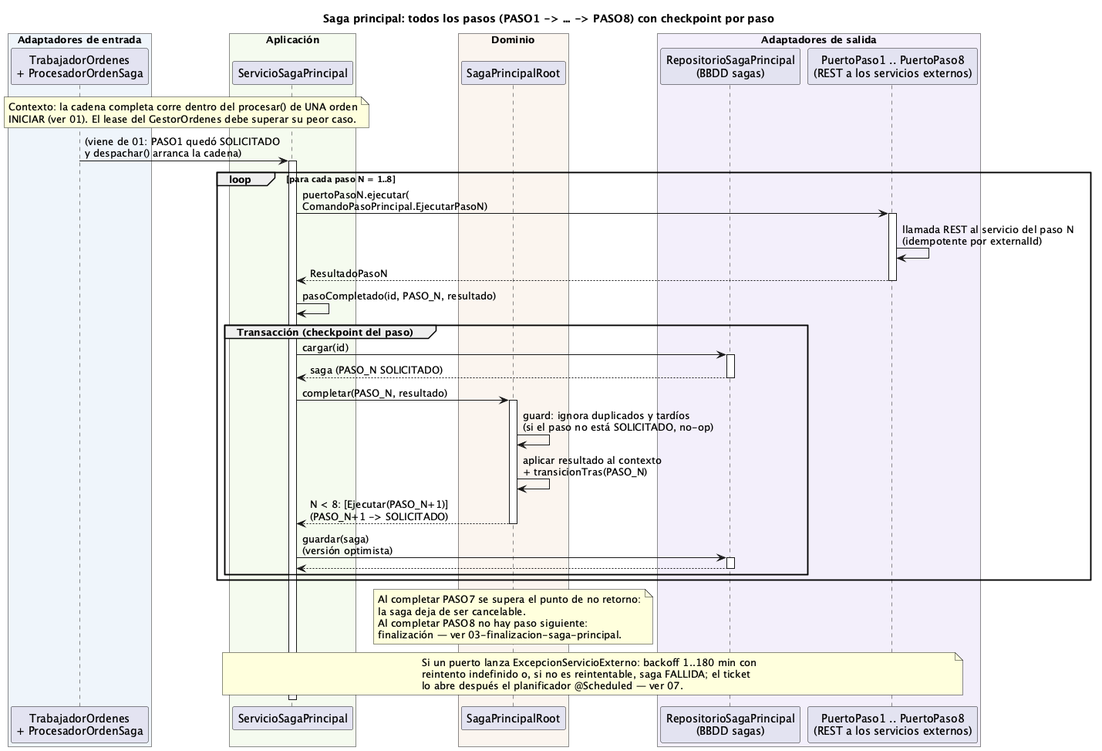
ralcazar/patrones keeps this PlantUML diagram as order-manager/docs/02-pasos-saga-principal.png. Above is the earlier version.
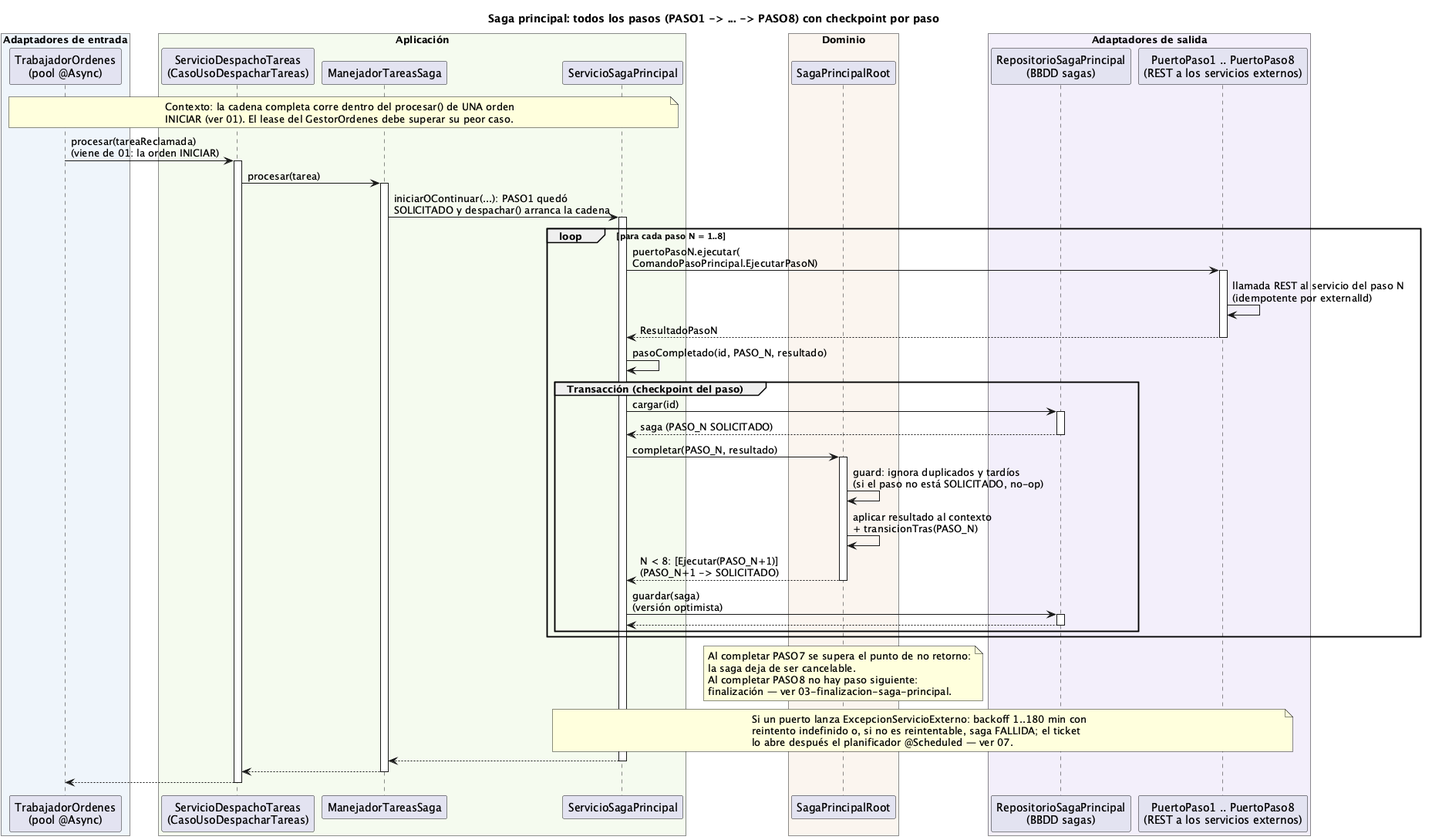
Above is the later version.

What changed in the source:
```diff
@@ -2,9 +2,11 @@
 title Saga principal: todos los pasos (PASO1 -> ... -> PASO8) con checkpoint por paso
 
 box "Adaptadores de entrada" #EFF5FB
-  participant "TrabajadorOrdenes\n+ ProcesadorOrdenSaga" as TRAB
+  participant "TrabajadorOrdenes\n(pool @Async)" as TRAB
 end box
 box "Aplicación" #F5FBEF
+  participant "ServicioDespachoTareas\n(CasoUsoDespacharTareas)" as DESP
+  participant "ManejadorTareasSaga" as MANEJ
   participant "ServicioSagaPrincipal" as SVC
 end box
 box "Dominio" #FBF5EF
@@ -20,7 +22,9 @@
   INICIAR (ver 01). El lease del GestorOrdenes debe superar su peor caso.
 end note
 
-TRAB -> SVC ++ : (viene de 01: PASO1 quedó SOLICITADO\ny despachar() arranca la cadena)
+TRAB -> DESP ++ : procesar(tareaReclamada)\n(viene de 01: la orden INICIAR)
+DESP -> MANEJ ++ : procesar(tarea)
+MANEJ -> SVC ++ : iniciarOContinuar(...): PASO1 quedó\nSOLICITADO y despachar() arranca la cadena
 
 loop para cada paso N = 1..8
   SVC -> PASOS ++ : puertoPasoN.ejecutar(\nComandoPasoPrincipal.EjecutarPasoN)
@@ -52,5 +56,7 @@
   reintento indefinido o, si no es reintentable, saga FALLIDA; el ticket
   lo abre después el planificador @Scheduled — ver 07.
 end note
-deactivate SVC
+return
+return
+return
 @enduml
```
